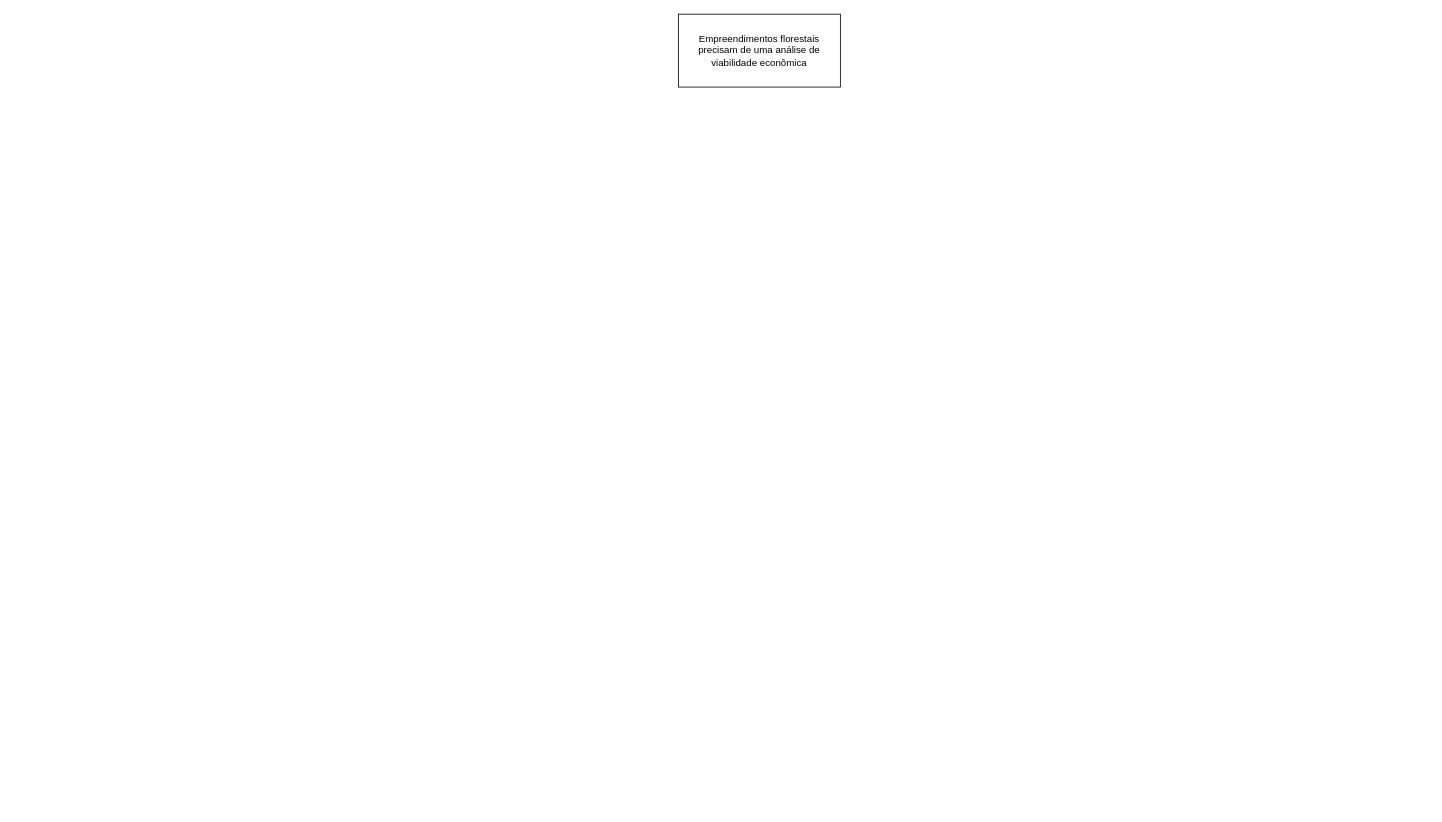
The draw.io diagram fun_analysis/Untitled Diagram.drawio in italocegatta/fun_analysis, before the edit. Source tidied: cells renumbered, new cells numbered last; positions are measured from the earlier drawing's top-left corner, leaving out a move shared by most shapes. Both pictures are drawn from the tidied source at 81%, with x=0, y=0 at pixel (678, 14).
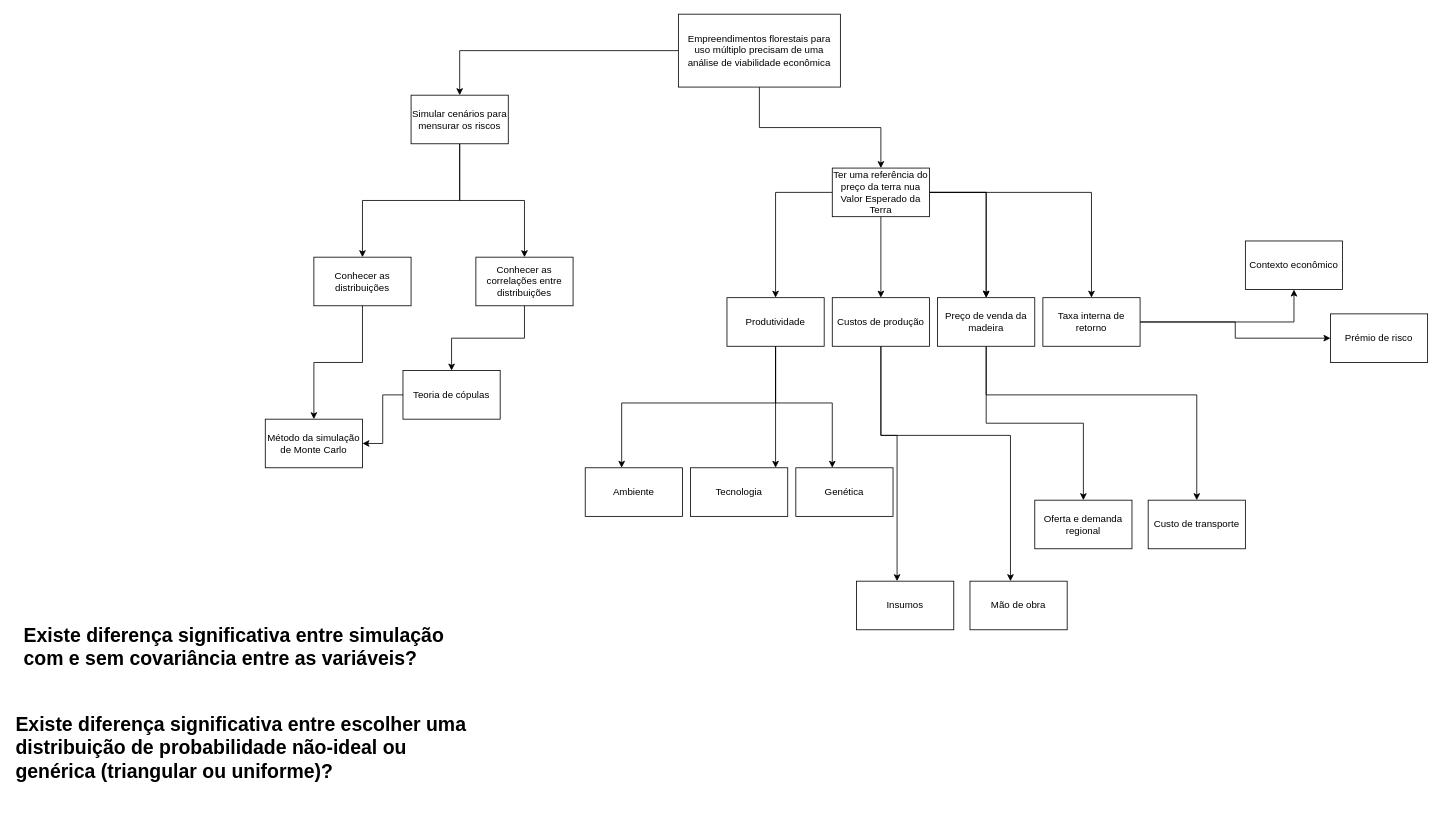
The same diagram, later.

Change to the diagram source:
```diff
@@
+    <mxCell id="3" style="edgeStyle=orthogonalEdgeStyle;rounded=0;jettySize=auto;html=1;" parent="1" edge="1" source="2" target="10">
+      <mxGeometry relative="1" as="geometry" />
+    </mxCell>
+    <mxCell id="4" style="edgeStyle=orthogonalEdgeStyle;rounded=0;jettySize=auto;html=1;" parent="1" edge="1" source="2" target="13">
+      <mxGeometry relative="1" as="geometry" />
+    </mxCell>
-    <mxCell id="2" value="Empreendimentos florestais precisam de uma análise de viabilidade econômica" style="rounded=0;whiteSpace=wrap;html=1;" parent="1" vertex="1">
+    <mxCell id="2" value="Empreendimentos florestais para uso múltiplo precisam de uma análise de viabilidade econômica" style="rounded=0;whiteSpace=wrap;html=1;" parent="1" vertex="1">
       <mxGeometry width="200" height="90" as="geometry" />
     </mxCell>
+    <mxCell id="5" style="edgeStyle=orthogonalEdgeStyle;rounded=0;jettySize=auto;html=1;" parent="1" edge="1" source="10" target="19">
+      <mxGeometry relative="1" as="geometry" />
+    </mxCell>
+    <mxCell id="6" style="edgeStyle=orthogonalEdgeStyle;rounded=0;jettySize=auto;html=1;" parent="1" edge="1" source="10" target="22">
+      <mxGeometry relative="1" as="geometry" />
+    </mxCell>
+    <mxCell id="7" style="edgeStyle=orthogonalEdgeStyle;rounded=0;jettySize=auto;html=1;" parent="1" edge="1" source="10" target="22">
+      <mxGeometry relative="1" as="geometry" />
+    </mxCell>
+    <mxCell id="8" style="edgeStyle=orthogonalEdgeStyle;rounded=0;jettySize=auto;html=1;" parent="1" edge="1" source="10" target="26">
+      <mxGeometry relative="1" as="geometry" />
+    </mxCell>
+    <mxCell id="9" style="edgeStyle=orthogonalEdgeStyle;rounded=0;jettySize=auto;html=1;" parent="1" edge="1" source="10" target="29">
+      <mxGeometry relative="1" as="geometry" />
+    </mxCell>
+    <mxCell id="10" value="Ter uma referência do preço da terra nua&lt;br&gt;Valor Esperado da Terra" style="whiteSpace=wrap;html=1;rounded=0;" parent="1" vertex="1">
+      <mxGeometry x="190" y="190" width="120" height="60" as="geometry" />
+    </mxCell>
+    <mxCell id="11" style="edgeStyle=orthogonalEdgeStyle;rounded=0;jettySize=auto;html=1;" parent="1" edge="1" source="13" target="40">
+      <mxGeometry relative="1" as="geometry" />
+    </mxCell>
+    <mxCell id="12" style="edgeStyle=orthogonalEdgeStyle;rounded=0;jettySize=auto;html=1;" parent="1" edge="1" source="13" target="42">
+      <mxGeometry relative="1" as="geometry" />
+    </mxCell>
+    <mxCell id="13" value="Simular cenários para mensurar os riscos" style="whiteSpace=wrap;html=1;rounded=0;" parent="1" vertex="1">
+      <mxGeometry x="-330" y="100" width="120" height="60" as="geometry" />
+    </mxCell>
+    <mxCell id="14" value="Método da simulação de Monte Carlo" style="whiteSpace=wrap;html=1;rounded=0;" parent="1" vertex="1">
+      <mxGeometry x="-510" y="500" width="120" height="60" as="geometry" />
+    </mxCell>
+    <mxCell id="15" style="edgeStyle=orthogonalEdgeStyle;rounded=0;jettySize=auto;html=1;" parent="1" edge="1" source="16" target="14">
+      <mxGeometry relative="1" as="geometry" />
+    </mxCell>
+    <mxCell id="16" value="Teoria de cópulas" style="whiteSpace=wrap;html=1;rounded=0;" parent="1" vertex="1">
+      <mxGeometry x="-340" y="440" width="120" height="60" as="geometry" />
+    </mxCell>
+    <mxCell id="17" style="edgeStyle=orthogonalEdgeStyle;rounded=0;jettySize=auto;html=1;" parent="1" edge="1" source="19" target="33">
+      <mxGeometry relative="1" as="geometry">
+        <Array as="points">
+          <mxPoint x="250" y="520" />
+          <mxPoint x="270" y="520" />
+        </Array>
+      </mxGeometry>
+    </mxCell>
+    <mxCell id="18" style="edgeStyle=orthogonalEdgeStyle;rounded=0;jettySize=auto;html=1;" parent="1" edge="1" source="19" target="34">
+      <mxGeometry relative="1" as="geometry">
+        <Array as="points">
+          <mxPoint x="250" y="520" />
+          <mxPoint x="410" y="520" />
+        </Array>
+      </mxGeometry>
+    </mxCell>
+    <mxCell id="19" value="Custos de produção" style="whiteSpace=wrap;html=1;rounded=0;" parent="1" vertex="1">
+      <mxGeometry x="190" y="350" width="120" height="60" as="geometry" />
+    </mxCell>
+    <mxCell id="20" style="edgeStyle=orthogonalEdgeStyle;rounded=0;jettySize=auto;html=1;" parent="1" edge="1" source="22" target="35">
+      <mxGeometry relative="1" as="geometry" />
+    </mxCell>
+    <mxCell id="21" style="edgeStyle=orthogonalEdgeStyle;rounded=0;jettySize=auto;html=1;" parent="1" edge="1" source="22" target="36">
+      <mxGeometry relative="1" as="geometry">
+        <Array as="points">
+          <mxPoint x="380" y="470" />
+          <mxPoint x="640" y="470" />
+        </Array>
+      </mxGeometry>
+    </mxCell>
+    <mxCell id="22" value="Preço de venda da madeira" style="whiteSpace=wrap;html=1;rounded=0;" parent="1" vertex="1">
+      <mxGeometry x="320" y="350" width="120" height="60" as="geometry" />
+    </mxCell>
+    <mxCell id="23" style="edgeStyle=orthogonalEdgeStyle;rounded=0;jettySize=auto;html=1;" parent="1" edge="1" source="26" target="30">
+      <mxGeometry relative="1" as="geometry">
+        <Array as="points">
+          <mxPoint x="70" y="600" />
+          <mxPoint x="70" y="600" />
+        </Array>
+      </mxGeometry>
+    </mxCell>
+    <mxCell id="24" style="edgeStyle=orthogonalEdgeStyle;rounded=0;jettySize=auto;html=1;" parent="1" edge="1" source="26" target="31">
+      <mxGeometry relative="1" as="geometry">
+        <Array as="points">
+          <mxPoint x="120" y="480" />
+          <mxPoint x="190" y="480" />
+        </Array>
+      </mxGeometry>
+    </mxCell>
+    <mxCell id="25" style="edgeStyle=orthogonalEdgeStyle;rounded=0;jettySize=auto;html=1;" parent="1" edge="1" source="26" target="32">
+      <mxGeometry relative="1" as="geometry">
+        <Array as="points">
+          <mxPoint x="120" y="480" />
+          <mxPoint x="-70" y="480" />
+        </Array>
+      </mxGeometry>
+    </mxCell>
+    <mxCell id="26" value="Produtividade" style="whiteSpace=wrap;html=1;rounded=0;" parent="1" vertex="1">
+      <mxGeometry x="60" y="350" width="120" height="60" as="geometry" />
+    </mxCell>
+    <mxCell id="27" style="edgeStyle=orthogonalEdgeStyle;rounded=0;jettySize=auto;html=1;" parent="1" edge="1" source="29" target="37">
+      <mxGeometry relative="1" as="geometry" />
+    </mxCell>
+    <mxCell id="28" style="edgeStyle=orthogonalEdgeStyle;rounded=0;jettySize=auto;html=1;" parent="1" edge="1" source="29" target="38">
+      <mxGeometry relative="1" as="geometry" />
+    </mxCell>
+    <mxCell id="29" value="Taxa interna de retorno" style="whiteSpace=wrap;html=1;rounded=0;" parent="1" vertex="1">
+      <mxGeometry x="450" y="350" width="120" height="60" as="geometry" />
+    </mxCell>
+    <mxCell id="30" value="Tecnologia" style="whiteSpace=wrap;html=1;rounded=0;" parent="1" vertex="1">
+      <mxGeometry x="15" y="560" width="120" height="60" as="geometry" />
+    </mxCell>
+    <mxCell id="31" value="Genética" style="whiteSpace=wrap;html=1;rounded=0;" parent="1" vertex="1">
+      <mxGeometry x="145" y="560" width="120" height="60" as="geometry" />
+    </mxCell>
+    <mxCell id="32" value="Ambiente" style="whiteSpace=wrap;html=1;rounded=0;" parent="1" vertex="1">
+      <mxGeometry x="-115" y="560" width="120" height="60" as="geometry" />
+    </mxCell>
+    <mxCell id="33" value="Insumos" style="whiteSpace=wrap;html=1;rounded=0;" parent="1" vertex="1">
+      <mxGeometry x="220" y="700" width="120" height="60" as="geometry" />
+    </mxCell>
+    <mxCell id="34" value="Mão de obra" style="whiteSpace=wrap;html=1;rounded=0;" parent="1" vertex="1">
+      <mxGeometry x="360" y="700" width="120" height="60" as="geometry" />
+    </mxCell>
+    <mxCell id="35" value="Oferta e demanda regional" style="whiteSpace=wrap;html=1;rounded=0;" parent="1" vertex="1">
+      <mxGeometry x="440" y="600" width="120" height="60" as="geometry" />
+    </mxCell>
+    <mxCell id="36" value="Custo de transporte" style="whiteSpace=wrap;html=1;rounded=0;" parent="1" vertex="1">
+      <mxGeometry x="580" y="600" width="120" height="60" as="geometry" />
+    </mxCell>
+    <mxCell id="37" value="Contexto econômico" style="whiteSpace=wrap;html=1;rounded=0;" parent="1" vertex="1">
+      <mxGeometry x="700" y="280" width="120" height="60" as="geometry" />
+    </mxCell>
+    <mxCell id="38" value="Prémio de risco" style="whiteSpace=wrap;html=1;rounded=0;" parent="1" vertex="1">
+      <mxGeometry x="805" y="370" width="120" height="60" as="geometry" />
+    </mxCell>
+    <mxCell id="39" style="edgeStyle=orthogonalEdgeStyle;rounded=0;jettySize=auto;html=1;entryX=0.5;entryY=0;entryDx=0;entryDy=0;" parent="1" edge="1" source="40" target="14">
+      <mxGeometry relative="1" as="geometry" />
+    </mxCell>
+    <mxCell id="40" value="Conhecer as distribuições" style="whiteSpace=wrap;html=1;rounded=0;" parent="1" vertex="1">
+      <mxGeometry x="-450" y="300" width="120" height="60" as="geometry" />
+    </mxCell>
+    <mxCell id="41" style="edgeStyle=orthogonalEdgeStyle;rounded=0;jettySize=auto;html=1;entryX=0.5;entryY=0;entryDx=0;entryDy=0;" parent="1" edge="1" source="42" target="16">
+      <mxGeometry relative="1" as="geometry" />
+    </mxCell>
+    <mxCell id="42" value="Conhecer as correlações entre distribuições" style="whiteSpace=wrap;html=1;rounded=0;" parent="1" vertex="1">
+      <mxGeometry x="-250" y="300" width="120" height="60" as="geometry" />
+    </mxCell>
+    <mxCell id="43" value="&lt;h1&gt;Existe diferença significativa entre simulação com e sem covariância entre as variáveis?&lt;/h1&gt;" style="text;whiteSpace=wrap;html=1;" parent="1" vertex="1">
+      <mxGeometry x="-810" y="730" width="560" height="110" as="geometry" />
+    </mxCell>
+    <mxCell id="44" value="&lt;h1&gt;Existe diferença significativa entre escolher uma distribuição de probabilidade não-ideal ou genérica (triangular ou uniforme)?&lt;/h1&gt;" style="text;whiteSpace=wrap;html=1;" parent="1" vertex="1">
+      <mxGeometry x="-820" y="840" width="560" height="140" as="geometry" />
+    </mxCell>
```
